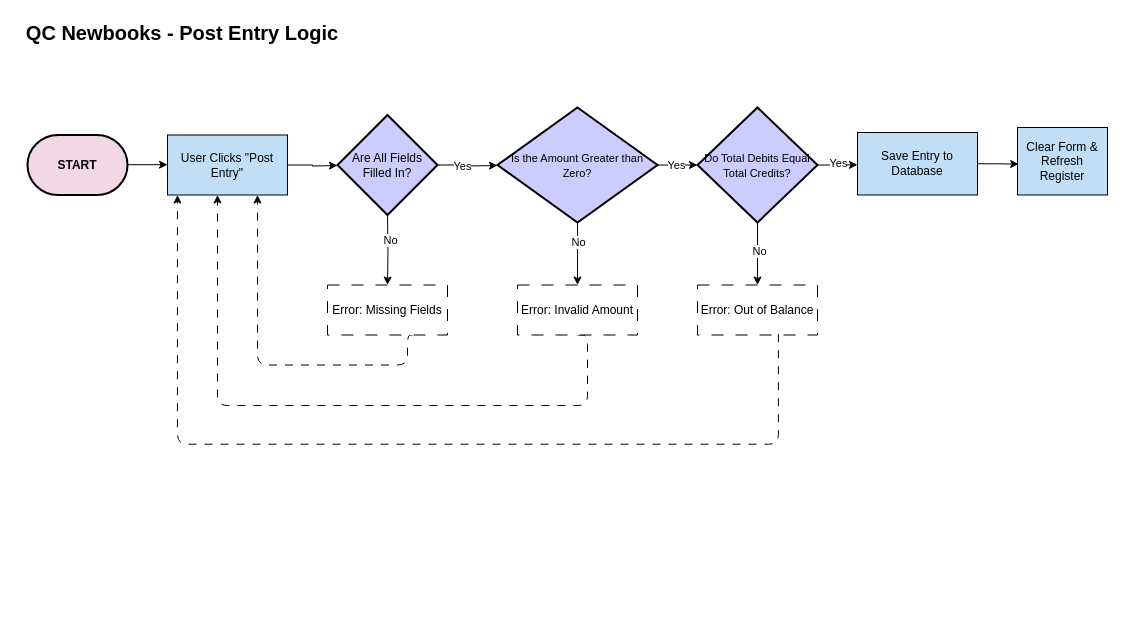
Above: page "Part A - Flowchart" (1 of 2) of QC_NewBooks_Diagrams.drawio in tatianacastro1904-prog/diagram-qc-new-books (draw.io), before the change. Source tidied: cells renumbered, new cells numbered last; positions are measured from the earlier drawing's top-left corner, leaving out a move shared by most shapes. Both pictures are drawn from the tidied source at 100%, with x=0, y=0 at pixel (17, 17).
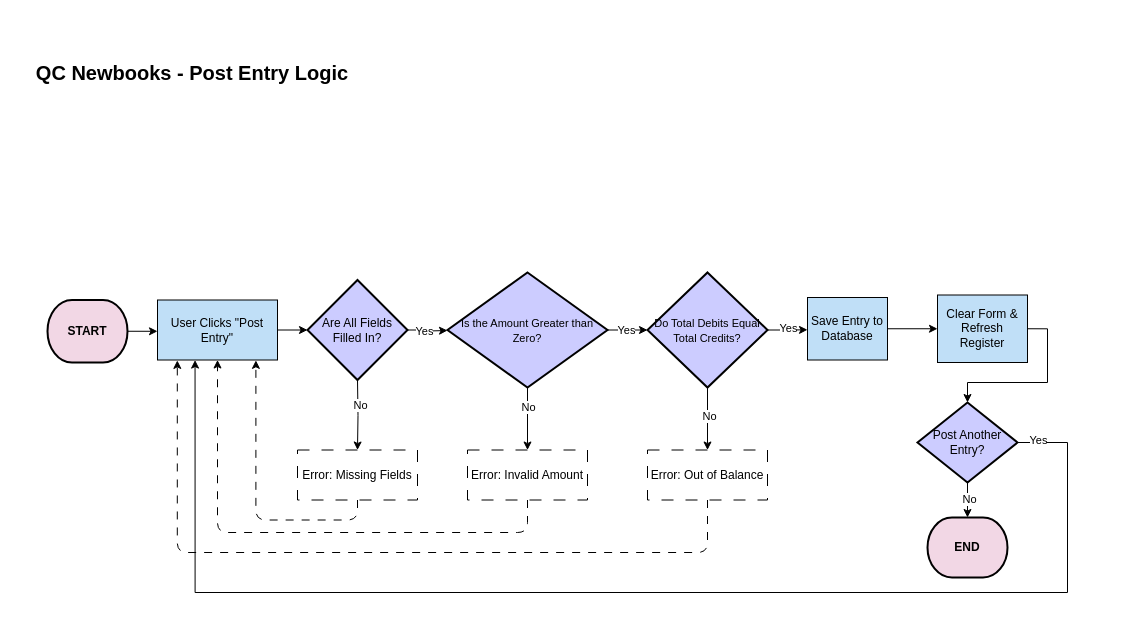
The same page after the edit.

Diff of the diagram source:
```diff
@@
     <mxCell id="2" value="QC Newbooks - Post Entry Logic" style="text;html=1;whiteSpace=wrap;strokeColor=none;fillColor=none;align=center;verticalAlign=middle;rounded=0;fontStyle=1;fontSize=20;" parent="1" vertex="1">
-      <mxGeometry width="330" height="30" as="geometry" />
+      <mxGeometry x="10" y="10" width="330" height="90" as="geometry" />
     </mxCell>
-    <mxCell id="3" style="edgeStyle=orthogonalEdgeStyle;rounded=0;orthogonalLoop=1;jettySize=auto;html=1;exitX=1;exitY=0.5;exitDx=0;exitDy=0;exitPerimeter=0;entryX=0;entryY=0.5;entryDx=0;entryDy=0;" parent="1" edge="1">
-      <mxGeometry relative="1" as="geometry">
-        <mxPoint x="60" y="147.2" as="sourcePoint" />
-        <mxPoint x="150" y="147.2" as="targetPoint" />
-      </mxGeometry>
-    </mxCell>
+    <mxCell id="32" style="edgeStyle=orthogonalEdgeStyle;rounded=0;jettySize=auto;html=1;exitX=1;exitY=0.5;exitDx=0;exitDy=0;exitPerimeter=0;" parent="1" edge="1" source="4">
+      <mxGeometry relative="1" as="geometry">
+        <mxPoint x="140" y="314" as="targetPoint" />
+      </mxGeometry>
+    </mxCell>
     <mxCell id="4" value="&lt;b&gt;START&lt;/b&gt;" style="strokeWidth=2;html=1;shape=mxgraph.flowchart.terminator;whiteSpace=wrap;gradientColor=none;fillColor=#F2D7E5;" parent="1" vertex="1">
-      <mxGeometry x="10" y="117.5" width="100" height="60" as="geometry" />
+      <mxGeometry x="30" y="282.5" width="80" height="62.5" as="geometry" />
     </mxCell>
     <mxCell id="5" style="edgeStyle=orthogonalEdgeStyle;rounded=0;jettySize=auto;html=1;exitX=0.5;exitY=1;exitDx=0;exitDy=0;" parent="1" edge="1" source="6">
       <mxGeometry relative="1" as="geometry">
-        <mxPoint x="209.8" y="177.6" as="targetPoint" />
+        <mxPoint x="199.8" y="342.6" as="targetPoint" />
       </mxGeometry>
     </mxCell>
     <mxCell id="6" value="User Clicks &quot;Post Entry&quot;" style="rounded=0;whiteSpace=wrap;html=1;fillColor=#C0DFF7;" parent="1" vertex="1">
-      <mxGeometry x="150" y="117.5" width="120" height="60" as="geometry" />
+      <mxGeometry x="140" y="282.5" width="120" height="60" as="geometry" />
     </mxCell>
     <mxCell id="7" style="edgeStyle=orthogonalEdgeStyle;rounded=0;jettySize=auto;html=1;entryX=0.5;entryY=0;entryDx=0;entryDy=0;" parent="1" edge="1" target="10">
       <mxGeometry relative="1" as="geometry">
-        <mxPoint x="370" y="197.5" as="sourcePoint" />
+        <mxPoint x="340" y="362.5" as="sourcePoint" />
       </mxGeometry>
     </mxCell>
@@
-    <mxCell id="9" style="edgeStyle=orthogonalEdgeStyle;rounded=1;orthogonalLoop=1;jettySize=auto;html=1;entryX=0.5;entryY=1;entryDx=0;entryDy=0;dashed=1;curved=0;dashPattern=8 8;" parent="1" edge="1">
-      <mxGeometry relative="1" as="geometry">
-        <mxPoint x="395" y="317.5" as="sourcePoint" />
-        <mxPoint x="240" y="177.5" as="targetPoint" />
-        <Array as="points">
-          <mxPoint x="390" y="317.5" />
-          <mxPoint x="390" y="347.5" />
-          <mxPoint x="240" y="347.5" />
-        </Array>
-      </mxGeometry>
-    </mxCell>
     <mxCell id="10" value="Error: Missing Fields" style="html=1;dashed=1;whiteSpace=wrap;dashPattern=12 12;" parent="1" vertex="1">
-      <mxGeometry x="310" y="267.5" width="120" height="50" as="geometry" />
+      <mxGeometry x="280" y="432.5" width="120" height="50" as="geometry" />
     </mxCell>
     <mxCell id="11" value="Are All Fields Filled In?" style="strokeWidth=2;html=1;shape=mxgraph.flowchart.decision;whiteSpace=wrap;fillColor=light-dark(#CCCCFF,#EDEDED);" parent="1" vertex="1">
-      <mxGeometry x="320" y="97.5" width="100" height="100" as="geometry" />
+      <mxGeometry x="290" y="262.5" width="100" height="100" as="geometry" />
     </mxCell>
     <mxCell id="12" style="edgeStyle=orthogonalEdgeStyle;rounded=0;jettySize=auto;html=1;exitX=1;exitY=0.5;exitDx=0;exitDy=0;" parent="1" edge="1" source="6">
       <mxGeometry relative="1" as="geometry">
-        <mxPoint x="320" y="148" as="targetPoint" />
+        <mxPoint x="290" y="313" as="targetPoint" />
       </mxGeometry>
     </mxCell>
@@
     <mxCell id="17" value="&lt;font style=&quot;font-size: 11px;&quot;&gt;Is the Amount Greater than Zero?&lt;/font&gt;" style="strokeWidth=2;html=1;shape=mxgraph.flowchart.decision;whiteSpace=wrap;fillColor=#CCCCFF;" parent="1" vertex="1">
-      <mxGeometry x="480" y="90" width="160" height="115" as="geometry" />
+      <mxGeometry x="430" y="255" width="160" height="115" as="geometry" />
     </mxCell>
     <mxCell id="18" style="edgeStyle=orthogonalEdgeStyle;rounded=0;jettySize=auto;html=1;exitX=1;exitY=0.5;exitDx=0;exitDy=0;exitPerimeter=0;" parent="1" edge="1" source="11">
       <mxGeometry relative="1" as="geometry">
-        <mxPoint x="480" y="148" as="targetPoint" />
+        <mxPoint x="430" y="313" as="targetPoint" />
       </mxGeometry>
     </mxCell>
@@
-    <mxCell id="20" style="edgeStyle=orthogonalEdgeStyle;rounded=1;jettySize=auto;html=1;entryX=0.25;entryY=1;entryDx=0;entryDy=0;curved=0;dashed=1;dashPattern=8 8;exitX=0.5;exitY=1;exitDx=0;exitDy=0;" parent="1" edge="1" source="21">
-      <mxGeometry relative="1" as="geometry">
-        <mxPoint x="200" y="177.5" as="targetPoint" />
-        <Array as="points">
-          <mxPoint x="570" y="388" />
-          <mxPoint x="200" y="388" />
-        </Array>
-      </mxGeometry>
-    </mxCell>
+    <mxCell id="33" style="edgeStyle=orthogonalEdgeStyle;rounded=1;jettySize=auto;html=1;exitX=0.5;exitY=1;exitDx=0;exitDy=0;entryX=0.5;entryY=1;entryDx=0;entryDy=0;curved=0;dashed=1;dashPattern=8 8;" parent="1" edge="1" source="21" target="6">
+      <mxGeometry relative="1" as="geometry">
+        <Array as="points">
+          <mxPoint x="510" y="515" />
+          <mxPoint x="200" y="515" />
+        </Array>
+      </mxGeometry>
+    </mxCell>
     <mxCell id="21" value="Error: Invalid Amount" style="html=1;dashed=1;whiteSpace=wrap;dashPattern=12 12;" parent="1" vertex="1">
-      <mxGeometry x="500" y="267.5" width="120" height="50" as="geometry" />
+      <mxGeometry x="450" y="432.5" width="120" height="50" as="geometry" />
     </mxCell>
@@
     <mxCell id="24" style="edgeStyle=orthogonalEdgeStyle;rounded=0;jettySize=auto;html=1;exitX=1;exitY=0.5;exitDx=0;exitDy=0;exitPerimeter=0;" parent="1" edge="1" source="26">
       <mxGeometry relative="1" as="geometry">
-        <mxPoint x="840" y="147.3" as="targetPoint" />
+        <mxPoint x="790" y="312.3" as="targetPoint" />
       </mxGeometry>
     </mxCell>
@@
     <mxCell id="26" value="&lt;font style=&quot;font-size: 11px;&quot;&gt;Do Total Debits Equal Total Credits?&lt;/font&gt;" style="strokeWidth=2;html=1;shape=mxgraph.flowchart.decision;whiteSpace=wrap;fillColor=#CCCCFF;" parent="1" vertex="1">
-      <mxGeometry x="680" y="90" width="120" height="115" as="geometry" />
+      <mxGeometry x="630" y="255" width="120" height="115" as="geometry" />
     </mxCell>
     <mxCell id="27" value="Error: Out of Balance" style="html=1;dashed=1;whiteSpace=wrap;dashPattern=12 12;" parent="1" vertex="1">
-      <mxGeometry x="680" y="267.5" width="120" height="50" as="geometry" />
+      <mxGeometry x="630" y="432.5" width="120" height="50" as="geometry" />
     </mxCell>
-    <mxCell id="28" style="edgeStyle=orthogonalEdgeStyle;rounded=1;orthogonalLoop=1;jettySize=auto;html=1;exitX=0.5;exitY=1;exitDx=0;exitDy=0;entryX=0.159;entryY=1.013;entryDx=0;entryDy=0;entryPerimeter=0;dashed=1;dashPattern=8 8;curved=0;" parent="1" edge="1">
-      <mxGeometry relative="1" as="geometry">
-        <mxPoint x="760.9" y="316.7" as="sourcePoint" />
-        <mxPoint x="160" y="177.5" as="targetPoint" />
-        <Array as="points">
-          <mxPoint x="760.9" y="426.7" />
-          <mxPoint x="159.9" y="426.7" />
-        </Array>
-      </mxGeometry>
-    </mxCell>
+    <mxCell id="31" style="edgeStyle=orthogonalEdgeStyle;rounded=0;jettySize=auto;html=1;exitX=1;exitY=0.5;exitDx=0;exitDy=0;entryX=0;entryY=0.5;entryDx=0;entryDy=0;" parent="1" edge="1" source="29" target="30">
+      <mxGeometry relative="1" as="geometry" />
+    </mxCell>
     <mxCell id="29" value="Save Entry to Database" style="html=1;dashed=0;whiteSpace=wrap;fillColor=#C0DFF7;" parent="1" vertex="1">
-      <mxGeometry x="840" y="115" width="120" height="62.5" as="geometry" />
+      <mxGeometry x="790" y="280" width="80" height="62.5" as="geometry" />
     </mxCell>
+    <mxCell id="34" style="edgeStyle=orthogonalEdgeStyle;rounded=0;jettySize=auto;html=1;exitX=1;exitY=0.5;exitDx=0;exitDy=0;" parent="1" edge="1" source="30" target="37">
+      <mxGeometry relative="1" as="geometry" />
+    </mxCell>
     <mxCell id="30" value="Clear Form &amp;amp; Refresh Register" style="html=1;dashed=0;whiteSpace=wrap;fillColor=#C0DFF7;" parent="1" vertex="1">
-      <mxGeometry x="1000" y="110" width="90" height="67.5" as="geometry" />
+      <mxGeometry x="920" y="277.5" width="90" height="67.5" as="geometry" />
     </mxCell>
-    <mxCell id="31" style="edgeStyle=orthogonalEdgeStyle;rounded=0;jettySize=auto;html=1;exitX=1;exitY=0.5;exitDx=0;exitDy=0;entryX=0.013;entryY=0.542;entryDx=0;entryDy=0;entryPerimeter=0;" parent="1" edge="1" source="29" target="30">
-      <mxGeometry relative="1" as="geometry" />
-    </mxCell>
+    <mxCell id="35" style="edgeStyle=orthogonalEdgeStyle;rounded=1;jettySize=auto;html=1;exitX=0.5;exitY=1;exitDx=0;exitDy=0;entryX=0.165;entryY=1.007;entryDx=0;entryDy=0;entryPerimeter=0;curved=0;dashed=1;dashPattern=8 8;" parent="1" edge="1" source="27" target="6">
+      <mxGeometry relative="1" as="geometry">
+        <Array as="points">
+          <mxPoint x="690" y="535" />
+          <mxPoint x="160" y="535" />
+        </Array>
+      </mxGeometry>
+    </mxCell>
+    <mxCell id="36" style="edgeStyle=orthogonalEdgeStyle;rounded=1;jettySize=auto;html=1;exitX=0.5;exitY=1;exitDx=0;exitDy=0;entryX=0.82;entryY=1.006;entryDx=0;entryDy=0;entryPerimeter=0;curved=0;dashed=1;dashPattern=8 8;" parent="1" edge="1" source="10" target="6">
+      <mxGeometry relative="1" as="geometry" />
+    </mxCell>
+    <mxCell id="37" value="Post Another Entry?" style="strokeWidth=2;html=1;shape=mxgraph.flowchart.decision;whiteSpace=wrap;fillColor=#CCCCFF;" parent="1" vertex="1">
+      <mxGeometry x="900" y="385" width="100" height="80" as="geometry" />
+    </mxCell>
+    <mxCell id="38" value="&lt;b&gt;END&lt;/b&gt;" style="strokeWidth=2;html=1;shape=mxgraph.flowchart.terminator;whiteSpace=wrap;fillColor=#F2D7E5;" parent="1" vertex="1">
+      <mxGeometry x="910" y="500" width="80" height="60" as="geometry" />
+    </mxCell>
+    <mxCell id="39" style="edgeStyle=orthogonalEdgeStyle;rounded=0;jettySize=auto;html=1;exitX=0.5;exitY=1;exitDx=0;exitDy=0;exitPerimeter=0;entryX=0.5;entryY=0;entryDx=0;entryDy=0;entryPerimeter=0;" parent="1" edge="1" source="37" target="38">
+      <mxGeometry relative="1" as="geometry" />
+    </mxCell>
+    <mxCell id="40" value="No" style="edgeLabel;html=1;align=center;verticalAlign=middle;" parent="39" vertex="1">
+      <mxGeometry x="-0.08" y="1" relative="1" as="geometry" />
+    </mxCell>
+    <mxCell id="41" style="edgeStyle=orthogonalEdgeStyle;rounded=0;jettySize=auto;html=1;exitX=1;exitY=0.5;exitDx=0;exitDy=0;exitPerimeter=0;entryX=0.313;entryY=1.001;entryDx=0;entryDy=0;entryPerimeter=0;" parent="1" edge="1" source="37" target="6">
+      <mxGeometry relative="1" as="geometry">
+        <Array as="points">
+          <mxPoint x="1050" y="425" />
+          <mxPoint x="1050" y="575" />
+          <mxPoint x="178" y="575" />
+        </Array>
+      </mxGeometry>
+    </mxCell>
+    <mxCell id="42" value="Yes" style="edgeLabel;html=1;align=center;verticalAlign=middle;" parent="41" vertex="1">
+      <mxGeometry x="-0.97" y="3" relative="1" as="geometry" />
+    </mxCell>
```
